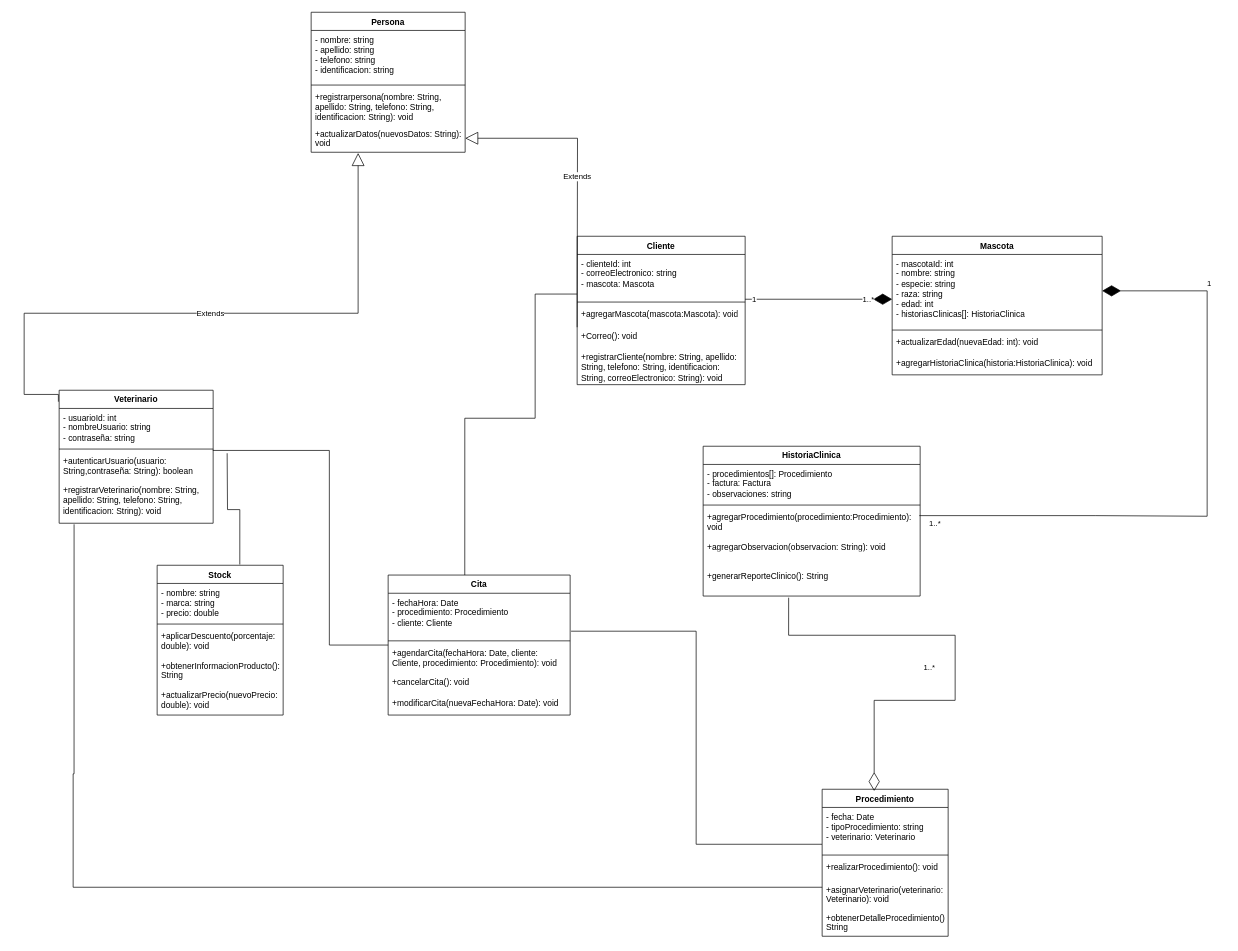
maicols04/claseEstructura keeps this draw.io diagram as vetApp.drawio. Above is the earlier version. Source tidied: cells renumbered, new cells numbered last; positions are measured from the earlier drawing's top-left corner, leaving out a move shared by most shapes. Both pictures are drawn from the tidied source at 70%, with x=0, y=0 at pixel (24, 12).
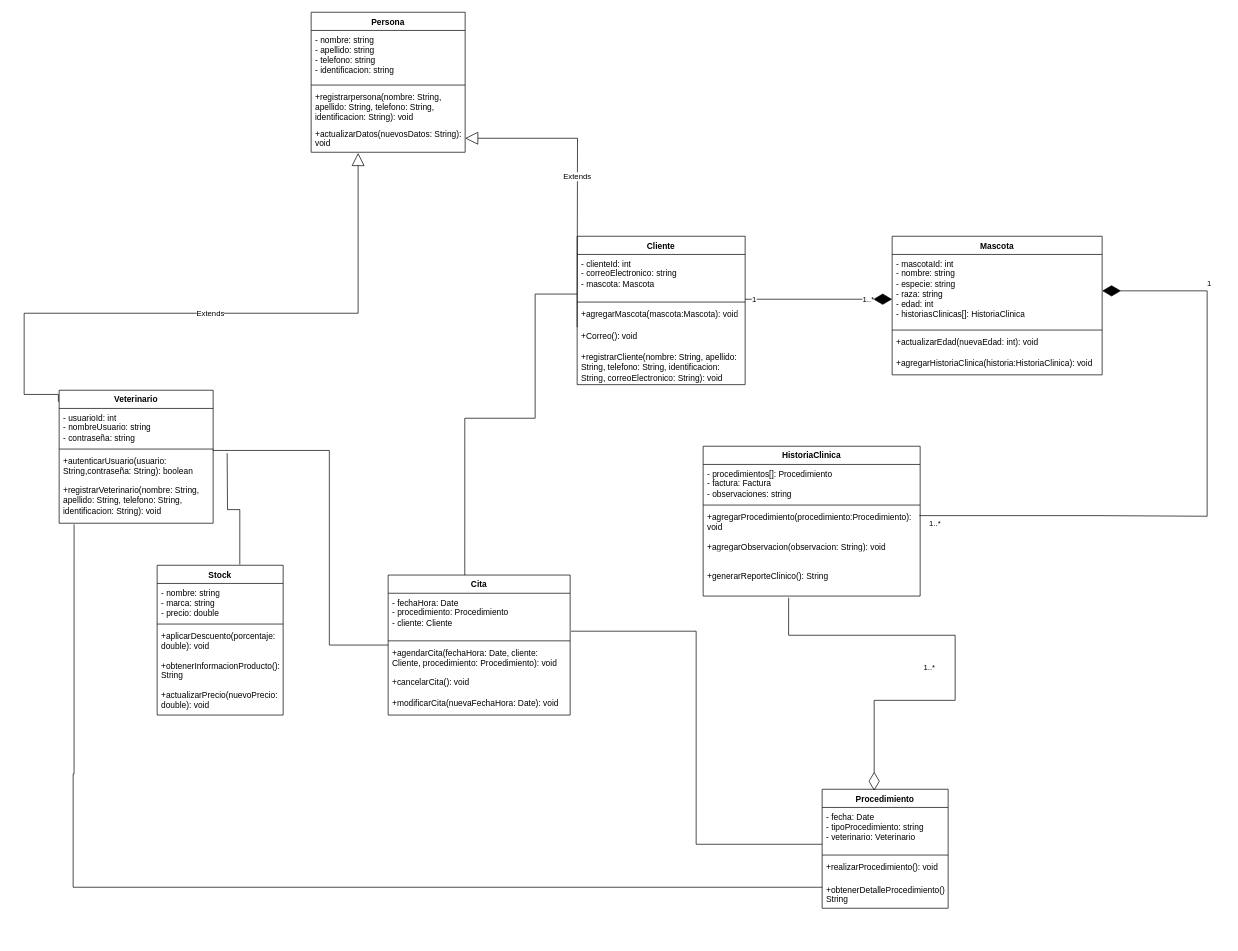
The same diagram, later.

Commit message:
Actualizar luismi vetApp.drawio

The change refers to these unchanged cells:
```xml
<mxCell id="17" value="+registrarVeterinario(nombre: String, apellido: String, telefono: String, identificacion: String): void" style="text;strokeColor=none;fillColor=none;align=left;verticalAlign=top;spacingLeft=4;spacingRight=4;overflow=hidden;points=[[0,0.5],[1,0.5]];portConstraint=eastwest;whiteSpace=wrap;html=1;" parent="13" vertex="1">
  <mxGeometry y="130" width="220" height="60" as="geometry" />
</mxCell>
```

The edit, as a diff of the source:
```diff
@@
     <mxCell id="35" value="Procedimiento" style="swimlane;fontStyle=1;align=center;verticalAlign=top;horizontal=1;startSize=26;whiteSpace=wrap;html=1;" parent="1" vertex="1">
-      <mxGeometry x="1140" y="1110" width="180" height="210" as="geometry" />
+      <mxGeometry x="1140" y="1110" width="180" height="170" as="geometry" />
     </mxCell>
@@
-    <mxCell id="39" value="+asignarVeterinario(veterinario: Veterinario): void" style="text;strokeColor=none;fillColor=none;align=left;verticalAlign=top;spacingLeft=4;spacingRight=4;overflow=hidden;points=[[0,0.5],[1,0.5]];portConstraint=eastwest;whiteSpace=wrap;html=1;" parent="35" vertex="1">
-      <mxGeometry y="130" width="180" height="40" as="geometry" />
-    </mxCell>
     <mxCell id="40" value="+obtenerDetalleProcedimiento(): String" style="text;strokeColor=none;fillColor=none;align=left;verticalAlign=top;spacingLeft=4;spacingRight=4;overflow=hidden;whiteSpace=wrap;html=1;" parent="35" vertex="1">
-      <mxGeometry y="170" width="180" height="40" as="geometry" />
+      <mxGeometry y="130" width="180" height="40" as="geometry" />
     </mxCell>
@@
-    <mxCell id="52" style="endArrow=none;html=1;edgeStyle=orthogonalEdgeStyle;rounded=0;entryX=0;entryY=0.25;entryDx=0;entryDy=0;exitX=0.097;exitY=1.025;exitDx=0;exitDy=0;exitPerimeter=0;entryPerimeter=0;" parent="1" edge="1" source="17" target="39">
+    <mxCell id="52" style="endArrow=none;html=1;edgeStyle=orthogonalEdgeStyle;rounded=0;entryX=0;entryY=0.25;entryDx=0;entryDy=0;exitX=0.097;exitY=1.025;exitDx=0;exitDy=0;exitPerimeter=0;entryPerimeter=0;" parent="1" edge="1" source="17">
       <mxGeometry relative="1" as="geometry">
+        <mxPoint x="1140" y="1250" as="targetPoint" />
         <Array as="points">
           <mxPoint x="71" y="1088" />
           <mxPoint x="70" y="1088" />
           <mxPoint x="70" y="1250" />
         </Array>
       </mxGeometry>
     </mxCell>
```
